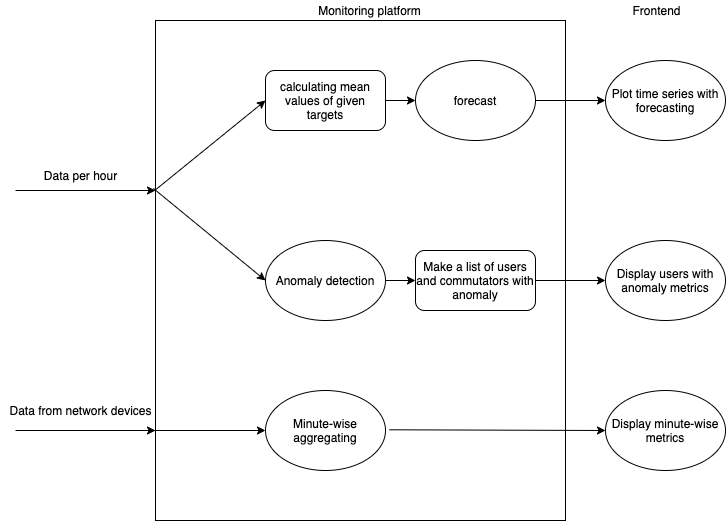
egorkrash/VirusHack keeps this draw.io diagram as backend_diagram.png. Above is the earlier version. Source tidied: cells renumbered, new cells last; positions are measured from the earlier drawing's top-left corner, leaving out a move shared by most shapes.
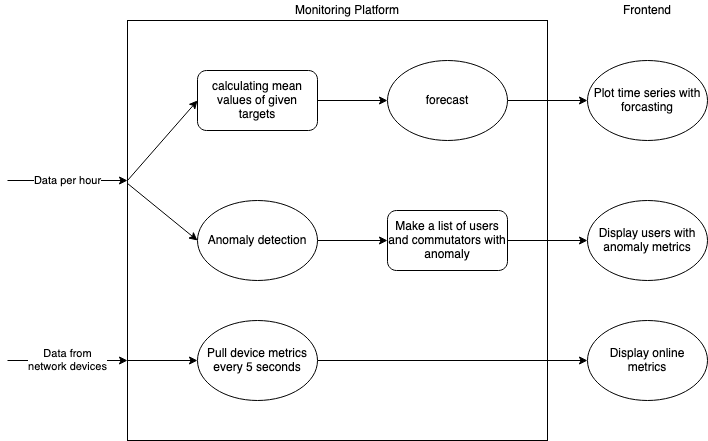
After the change.

Commit message:
update backend diagram

The edit, as a diff of the source:
```diff
@@ -2,86 +2,78 @@
   <root>
     <mxCell id="0" />
     <mxCell id="1" parent="0" />
-    <mxCell id="2" style="rounded=0;whiteSpace=wrap;html=1;" parent="1" vertex="1">
-      <mxGeometry x="155" y="20" width="410" height="500" as="geometry" />
-    </mxCell>
-    <mxCell id="3" value="Monitoring platform" style="text;html=1;align=center;verticalAlign=middle;" parent="1" vertex="1">
-      <mxGeometry x="309" width="120" height="20" as="geometry" />
-    </mxCell>
-    <mxCell id="4" style="endArrow=classic;html=1;" parent="1" edge="1">
-      <mxGeometry relative="1" as="geometry">
-        <mxPoint x="15" y="190" as="sourcePoint" />
-        <mxPoint x="155" y="190" as="targetPoint" />
-      </mxGeometry>
-    </mxCell>
+    <mxCell id="25" style="whiteSpace=wrap;html=1;" parent="1" vertex="1">
+      <mxGeometry x="215" y="-60" width="420" height="420" as="geometry" />
+    </mxCell>
+    <mxCell id="26" value="&lt;div&gt;Monitoring Platform&lt;/div&gt;" style="text;html=1;strokeColor=none;fillColor=none;align=center;verticalAlign=middle;whiteSpace=wrap;rounded=0;" parent="1" vertex="1">
+      <mxGeometry x="375" y="-80" width="120" height="20" as="geometry" />
+    </mxCell>
-    <mxCell id="5" value="Data per hour" style="text;html=1;align=center;verticalAlign=middle;" parent="1" vertex="1">
-      <mxGeometry x="35" y="165" width="90" height="20" as="geometry" />
+    <mxCell id="5" value="Data per hour" style="endArrow=classic;html=1;" parent="1" edge="1">
+      <mxGeometry relative="1" as="geometry">
+        <mxPoint x="95" y="100" as="sourcePoint" />
+        <mxPoint x="215" y="100" as="targetPoint" />
+      </mxGeometry>
     </mxCell>
+    <mxCell id="27" style="endArrow=classic;html=1;entryX=0;entryY=0.5;entryDx=0;entryDy=0;" parent="1" edge="1" target="6">
+      <mxGeometry relative="1" as="geometry">
+        <mxPoint x="215" y="100" as="sourcePoint" />
+      </mxGeometry>
+    </mxCell>
+    <mxCell id="13" style="edgeStyle=orthogonalEdgeStyle;rounded=0;jettySize=auto;html=1;" parent="1" edge="1" source="6" target="12">
+      <mxGeometry relative="1" as="geometry" />
+    </mxCell>
-    <mxCell id="6" value="calculating mean values of given targets" style="rounded=1;whiteSpace=wrap;html=1;" parent="1" vertex="1">
-      <mxGeometry x="265" y="70" width="120" height="60" as="geometry" />
+    <mxCell id="6" value="&lt;div&gt;calculating mean&lt;/div&gt;&lt;div&gt;values of given&lt;/div&gt;&lt;div&gt;targets&lt;br&gt;&lt;/div&gt;" style="rounded=1;whiteSpace=wrap;html=1;" parent="1" vertex="1">
+      <mxGeometry x="285" y="-10" width="120" height="60" as="geometry" />
     </mxCell>
+    <mxCell id="28" style="edgeStyle=orthogonalEdgeStyle;rounded=0;jettySize=auto;html=1;" parent="1" edge="1" source="12" target="29">
+      <mxGeometry relative="1" as="geometry" />
+    </mxCell>
+    <mxCell id="12" value="forecast" style="ellipse;whiteSpace=wrap;html=1;" parent="1" vertex="1">
+      <mxGeometry x="475" y="-20" width="120" height="80" as="geometry" />
+    </mxCell>
+    <mxCell id="29" value="&lt;div&gt;Plot time series with&lt;/div&gt;&lt;div&gt;forcasting&lt;br&gt;&lt;/div&gt;" style="ellipse;whiteSpace=wrap;html=1;" parent="1" vertex="1">
+      <mxGeometry x="675" y="-20" width="120" height="80" as="geometry" />
+    </mxCell>
+    <mxCell id="16" value="Frontend" style="text;html=1;strokeColor=none;fillColor=none;align=center;verticalAlign=middle;whiteSpace=wrap;rounded=0;" parent="1" vertex="1">
+      <mxGeometry x="675" y="-80" width="120" height="20" as="geometry" />
+    </mxCell>
+    <mxCell id="11" style="edgeStyle=orthogonalEdgeStyle;rounded=0;jettySize=auto;html=1;" parent="1" edge="1" source="8" target="7">
+      <mxGeometry relative="1" as="geometry" />
+    </mxCell>
+    <mxCell id="8" value="Anomaly detection" style="ellipse;whiteSpace=wrap;html=1;" parent="1" vertex="1">
+      <mxGeometry x="285" y="120" width="120" height="80" as="geometry" />
+    </mxCell>
+    <mxCell id="30" style="endArrow=classic;html=1;entryX=0;entryY=0.5;entryDx=0;entryDy=0;exitX=0;exitY=0.388;exitDx=0;exitDy=0;exitPerimeter=0;" parent="1" edge="1" source="25" target="8">
+      <mxGeometry relative="1" as="geometry" />
+    </mxCell>
+    <mxCell id="18" style="edgeStyle=orthogonalEdgeStyle;rounded=0;jettySize=auto;html=1;" parent="1" edge="1" source="7" target="17">
+      <mxGeometry relative="1" as="geometry" />
+    </mxCell>
-    <mxCell id="7" value="Make a list of users and commutators with anomaly" style="rounded=1;whiteSpace=wrap;html=1;" parent="1" vertex="1">
-      <mxGeometry x="415" y="250" width="120" height="60" as="geometry" />
+    <mxCell id="7" value="&lt;div&gt;Make a list of users&lt;/div&gt;&lt;div&gt;and commutators with&lt;/div&gt;&lt;div&gt;anomaly&lt;br&gt;&lt;/div&gt;" style="rounded=1;whiteSpace=wrap;html=1;" parent="1" vertex="1">
+      <mxGeometry x="475" y="130" width="120" height="60" as="geometry" />
     </mxCell>
-    <mxCell id="8" value="Anomaly detection" style="ellipse;whiteSpace=wrap;html=1;" parent="1" vertex="1">
-      <mxGeometry x="265" y="240" width="120" height="80" as="geometry" />
-    </mxCell>
-    <mxCell id="9" style="endArrow=classic;html=1;exitX=-0.002;exitY=0.34;exitDx=0;exitDy=0;entryX=0;entryY=0.5;entryDx=0;entryDy=0;exitPerimeter=0;" parent="1" edge="1" source="2" target="6">
-      <mxGeometry relative="1" as="geometry" />
-    </mxCell>
-    <mxCell id="10" style="endArrow=classic;html=1;exitX=-0.005;exitY=0.336;exitDx=0;exitDy=0;entryX=0;entryY=0.5;entryDx=0;entryDy=0;exitPerimeter=0;" parent="1" edge="1" source="2" target="8">
-      <mxGeometry relative="1" as="geometry" />
-    </mxCell>
-    <mxCell id="11" style="endArrow=classic;html=1;entryX=0;entryY=0.5;entryDx=0;entryDy=0;exitX=1;exitY=0.5;exitDx=0;exitDy=0;" parent="1" edge="1" source="8" target="7">
-      <mxGeometry relative="1" as="geometry" />
-    </mxCell>
-    <mxCell id="12" value="forecast" style="ellipse;whiteSpace=wrap;html=1;" parent="1" vertex="1">
-      <mxGeometry x="415" y="60" width="120" height="80" as="geometry" />
-    </mxCell>
-    <mxCell id="13" style="endArrow=classic;html=1;exitX=1;exitY=0.5;exitDx=0;exitDy=0;" parent="1" edge="1" source="6" target="12">
-      <mxGeometry relative="1" as="geometry" />
-    </mxCell>
-    <mxCell id="14" style="endArrow=classic;html=1;exitX=1;exitY=0.5;exitDx=0;exitDy=0;" parent="1" edge="1" source="12">
-      <mxGeometry relative="1" as="geometry">
-        <mxPoint x="605" y="100" as="targetPoint" />
-      </mxGeometry>
-    </mxCell>
-    <mxCell id="15" value="Plot time series with forecasting" style="ellipse;whiteSpace=wrap;html=1;" parent="1" vertex="1">
-      <mxGeometry x="605" y="60" width="120" height="80" as="geometry" />
-    </mxCell>
-    <mxCell id="16" value="Frontend" style="text;html=1;align=center;verticalAlign=middle;" parent="1" vertex="1">
-      <mxGeometry x="626" width="60" height="20" as="geometry" />
-    </mxCell>
-    <mxCell id="17" value="Display users with anomaly metrics" style="ellipse;whiteSpace=wrap;html=1;" parent="1" vertex="1">
-      <mxGeometry x="605" y="240" width="120" height="80" as="geometry" />
+    <mxCell id="17" value="&lt;div&gt;Display users with&lt;/div&gt;&lt;div&gt;anomaly metrics&lt;br&gt;&lt;/div&gt;" style="ellipse;whiteSpace=wrap;html=1;" parent="1" vertex="1">
+      <mxGeometry x="675" y="120" width="120" height="80" as="geometry" />
     </mxCell>
-    <mxCell id="18" style="endArrow=classic;html=1;entryX=0;entryY=0.5;entryDx=0;entryDy=0;exitX=1;exitY=0.5;exitDx=0;exitDy=0;" parent="1" edge="1" source="7" target="17">
-      <mxGeometry relative="1" as="geometry" />
-    </mxCell>
-    <mxCell id="19" style="endArrow=classic;html=1;" parent="1" edge="1">
-      <mxGeometry relative="1" as="geometry">
-        <mxPoint x="15" y="430" as="sourcePoint" />
-        <mxPoint x="155" y="430" as="targetPoint" />
-      </mxGeometry>
-    </mxCell>
-    <mxCell id="20" value="Data from network devices" style="text;html=1;align=center;verticalAlign=middle;" parent="1" vertex="1">
-      <mxGeometry y="400" width="160" height="20" as="geometry" />
+    <mxCell id="20" value="&lt;div&gt;Data from&lt;/div&gt;&lt;div&gt;network devices&lt;br&gt;&lt;/div&gt;" style="endArrow=classic;html=1;" parent="1" edge="1">
+      <mxGeometry relative="1" as="geometry">
+        <mxPoint x="95" y="280" as="sourcePoint" />
+        <mxPoint x="215" y="280" as="targetPoint" />
+      </mxGeometry>
     </mxCell>
-    <mxCell id="21" value="Minute-wise aggregating" style="ellipse;whiteSpace=wrap;html=1;" parent="1" vertex="1">
-      <mxGeometry x="265" y="390" width="120" height="80" as="geometry" />
-    </mxCell>
-    <mxCell id="22" style="endArrow=classic;html=1;entryX=0;entryY=0.5;entryDx=0;entryDy=0;" parent="1" edge="1" target="21">
-      <mxGeometry relative="1" as="geometry">
-        <mxPoint x="153" y="430" as="sourcePoint" />
-      </mxGeometry>
-    </mxCell>
-    <mxCell id="23" value="Display minute-wise metrics" style="ellipse;whiteSpace=wrap;html=1;" parent="1" vertex="1">
-      <mxGeometry x="605" y="390" width="120" height="80" as="geometry" />
-    </mxCell>
-    <mxCell id="24" style="endArrow=classic;html=1;entryX=0;entryY=0.5;entryDx=0;entryDy=0;" parent="1" edge="1" target="23">
-      <mxGeometry relative="1" as="geometry">
-        <mxPoint x="389" y="429.3" as="sourcePoint" />
-      </mxGeometry>
-    </mxCell>
+    <mxCell id="31" style="edgeStyle=orthogonalEdgeStyle;rounded=0;jettySize=auto;html=1;entryX=0;entryY=0.5;entryDx=0;entryDy=0;" parent="1" edge="1" source="32" target="34">
+      <mxGeometry relative="1" as="geometry" />
+    </mxCell>
+    <mxCell id="32" value="&lt;div&gt;Pull device metrics&lt;/div&gt;&lt;div&gt;every 5 seconds&lt;br&gt;&lt;/div&gt;" style="ellipse;whiteSpace=wrap;html=1;" parent="1" vertex="1">
+      <mxGeometry x="285" y="240" width="120" height="80" as="geometry" />
+    </mxCell>
+    <mxCell id="33" style="endArrow=classic;html=1;entryX=0;entryY=0.5;entryDx=0;entryDy=0;" parent="1" edge="1" target="32">
+      <mxGeometry relative="1" as="geometry">
+        <mxPoint x="215" y="280" as="sourcePoint" />
+      </mxGeometry>
+    </mxCell>
+    <mxCell id="34" value="&lt;div&gt;Display online&lt;/div&gt;&lt;div&gt;metrics&lt;br&gt;&lt;/div&gt;" style="ellipse;whiteSpace=wrap;html=1;" parent="1" vertex="1">
+      <mxGeometry x="675" y="240" width="120" height="80" as="geometry" />
+    </mxCell>
   </root>
 </mxGraphModel>
```
